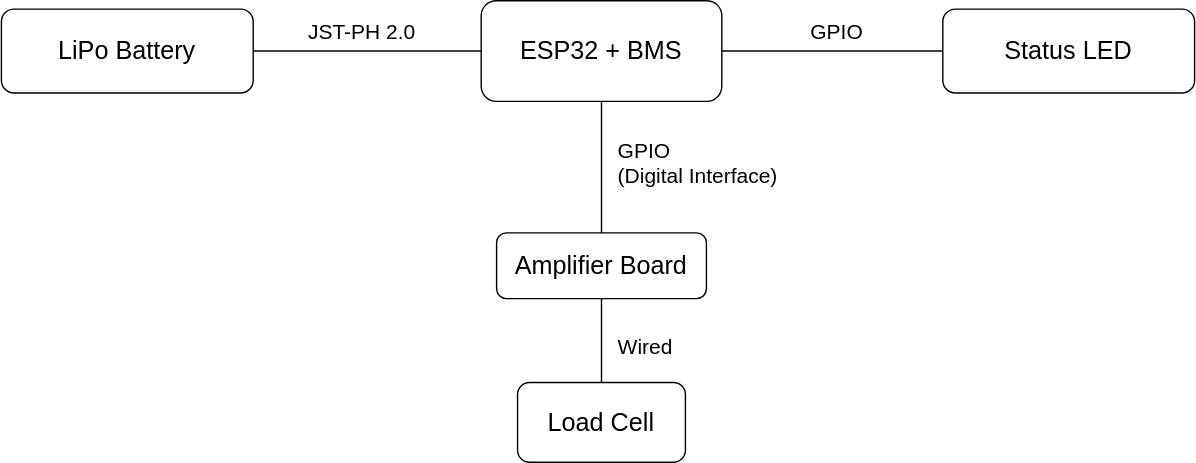
Before: SailTrack Strain/hardware-diagram.svg, a diagram exported from draw.io (metisvela/sailtrack). Source tidied: cells renumbered, new cells last; positions are measured from the earlier drawing's top-left corner, leaving out a move shared by most shapes.
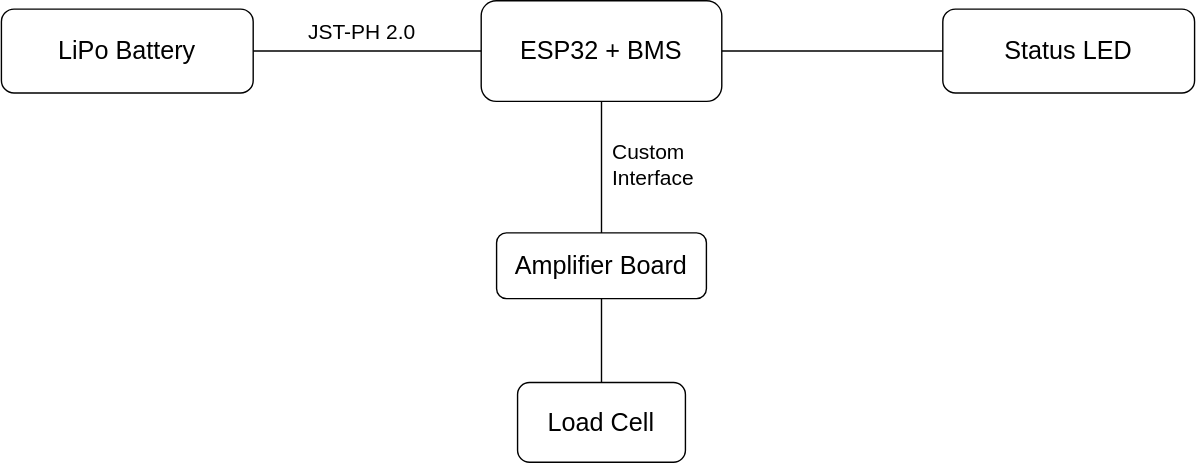
After the change.

What changed in the source:
```diff
@@ -5,11 +5,6 @@
     <mxCell id="2" style="edgeStyle=orthogonalEdgeStyle;rounded=0;jettySize=auto;html=1;exitX=1;exitY=0.5;exitDx=0;exitDy=0;entryX=0;entryY=0.5;entryDx=0;entryDy=0;endArrow=none;endFill=0;" parent="1" edge="1" source="4" target="15">
       <mxGeometry relative="1" as="geometry" />
     </mxCell>
-    <mxCell id="3" value="&lt;font style=&quot;font-size: 15px&quot;&gt;GPIO&lt;/font&gt;" style="edgeLabel;html=1;align=center;verticalAlign=bottom;fontSize=12;" parent="2" vertex="1">
-      <mxGeometry x="0.02" relative="1" as="geometry">
-        <mxPoint x="1" y="-3" as="offset" />
-      </mxGeometry>
-    </mxCell>
     <mxCell id="4" value="&lt;font style=&quot;font-size: 18px&quot;&gt;ESP32 + BMS&lt;/font&gt;" style="rounded=1;whiteSpace=wrap;html=1;" parent="1" vertex="1">
       <mxGeometry x="343" width="172" height="72" as="geometry" />
     </mxCell>
@@ -22,9 +17,6 @@
     <mxCell id="7" value="&lt;font size=&quot;4&quot;&gt;Load Cell&lt;/font&gt;" style="rounded=1;whiteSpace=wrap;html=1;" parent="1" vertex="1">
       <mxGeometry x="369" y="273" width="120" height="57" as="geometry" />
     </mxCell>
-    <mxCell id="8" value="&lt;font style=&quot;font-size: 15px&quot;&gt;Wired&lt;br&gt;&lt;/font&gt;" style="text;html=1;strokeColor=none;fillColor=none;align=left;verticalAlign=middle;whiteSpace=wrap;rounded=0;" parent="1" vertex="1">
-      <mxGeometry x="439" y="236.5" width="60" height="20" as="geometry" />
-    </mxCell>
     <mxCell id="9" style="endArrow=none;html=1;exitX=1;exitY=0.5;exitDx=0;exitDy=0;entryX=0;entryY=0.5;entryDx=0;entryDy=0;" parent="1" edge="1" source="5" target="4">
       <mxGeometry relative="1" as="geometry" />
     </mxCell>
@@ -34,8 +26,8 @@
     <mxCell id="11" style="endArrow=none;html=1;entryX=0.5;entryY=1;entryDx=0;entryDy=0;exitX=0.5;exitY=0;exitDx=0;exitDy=0;" parent="1" edge="1" source="7" target="6">
       <mxGeometry relative="1" as="geometry" />
     </mxCell>
-    <mxCell id="12" value="&lt;font style=&quot;font-size: 15px&quot;&gt;GPIO&lt;br&gt;(Digital Interface)&lt;/font&gt;" style="text;html=1;strokeColor=none;fillColor=none;align=left;verticalAlign=middle;whiteSpace=wrap;rounded=0;" parent="1" vertex="1">
-      <mxGeometry x="439" y="92" width="180" height="47" as="geometry" />
+    <mxCell id="12" value="&lt;font style=&quot;font-size: 15px&quot;&gt;Custom&lt;br&gt;Interface&lt;/font&gt;" style="text;html=1;strokeColor=none;fillColor=none;align=left;verticalAlign=middle;whiteSpace=wrap;rounded=0;" parent="1" vertex="1">
+      <mxGeometry x="435" y="102" width="123" height="30" as="geometry" />
     </mxCell>
     <mxCell id="13" value="&lt;font style=&quot;font-size: 15px&quot;&gt;JST-PH 2.0&lt;br&gt;&lt;/font&gt;" style="text;html=1;strokeColor=none;fillColor=none;align=center;verticalAlign=middle;whiteSpace=wrap;rounded=0;" parent="1" vertex="1">
       <mxGeometry x="208" y="13" width="100" height="17" as="geometry" />
```
